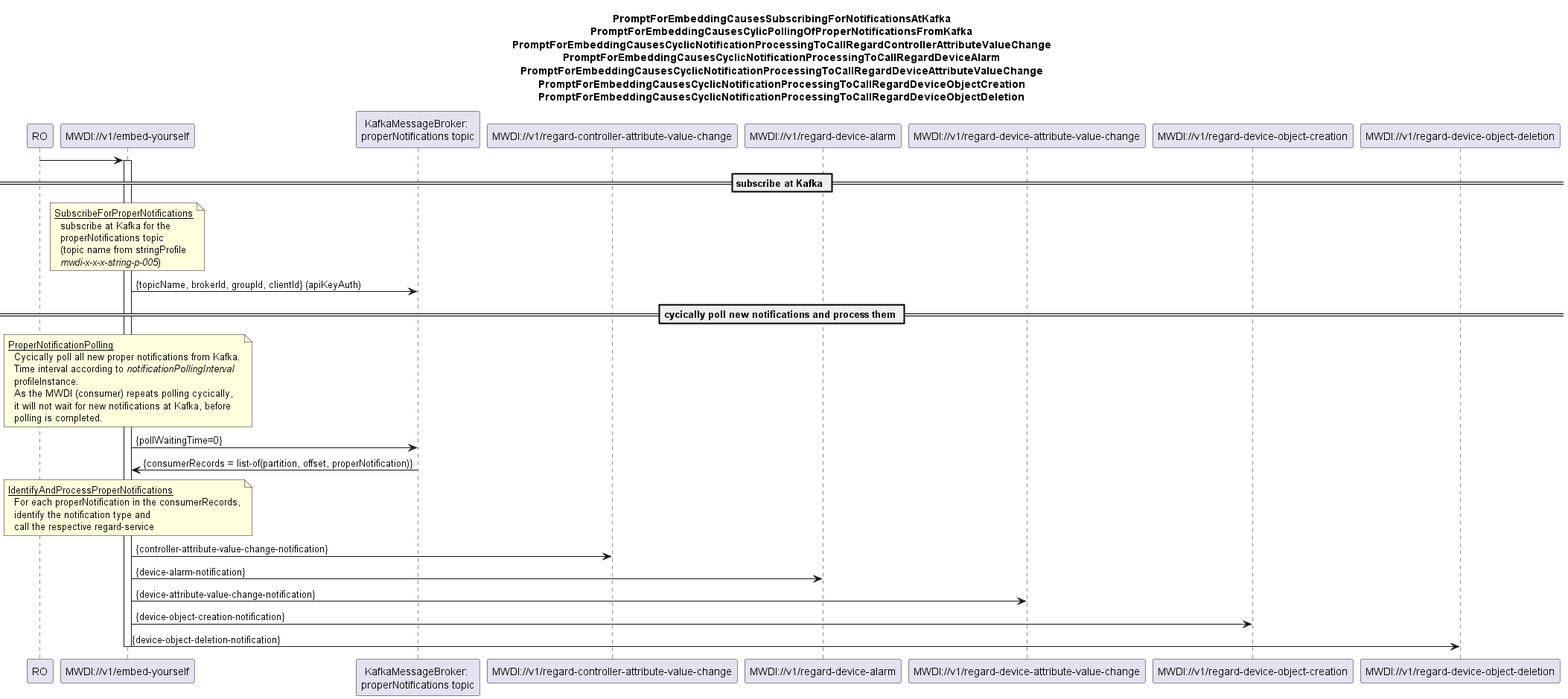
The PlantUML diagram spec/diagrams/01x_NotificationPollingFromKafkaAndProcessing.png in openBackhaul/MicroWaveDeviceInventory, before a commit. The source it was exported from:
```plantuml
@startuml 01x_NotificationPollingFromKafkaAndProcessing
skinparam responseMessageBelowArrow true

title
PromptForEmbeddingCausesSubscribingForNotificationsAtKafka
PromptForEmbeddingCausesCylicPollingOfProperNotificationsFromKafka
PromptForEmbeddingCausesCyclicNotificationProcessingToCallRegardControllerAttributeValueChange
PromptForEmbeddingCausesCyclicNotificationProcessingToCallRegardDeviceAlarm
PromptForEmbeddingCausesCyclicNotificationProcessingToCallRegardDeviceAttributeValueChange
PromptForEmbeddingCausesCyclicNotificationProcessingToCallRegardDeviceObjectCreation
PromptForEmbeddingCausesCyclicNotificationProcessingToCallRegardDeviceObjectDeletion
end title

participant "RO" as ro
participant "MWDI://v1/embed-yourself" as mwdi
participant "KafkaMessageBroker: \nproperNotifications topic" as kafka
participant "MWDI://v1/regard-controller-attribute-value-change" as regardCtrlAttChange
participant "MWDI://v1/regard-device-alarm" as regardAlarm
participant "MWDI://v1/regard-device-attribute-value-change" as regardDevAttChange
participant "MWDI://v1/regard-device-object-creation" as regardDevObjCreation
participant "MWDI://v1/regard-device-object-deletion" as regardDevObjDeletion

ro -> mwdi
activate mwdi


== subscribe at Kafka ==
note over mwdi
<u>SubscribeForProperNotifications</u>
  subscribe at Kafka for the
  properNotifications topic
  (topic name from stringProfile
  <i>mwdi-x-x-x-string-p-005</i>)
end note
mwdi -> kafka: {topicName, brokerId, groupId, clientId} (apiKeyAuth)

== cycically poll new notifications and process them ==
note over mwdi
<u>ProperNotificationPolling</u>
  Cycically poll all new proper notifications from Kafka.
  Time interval according to <i>notificationPollingInterval</i>
  profileInstance.
  As the MWDI (consumer) repeats polling cycically,
  it will not wait for new notifications at Kafka, before
  polling is completed.
end note
mwdi -> kafka: {pollWaitingTime=0}
kafka -> mwdi: {consumerRecords = list-of(partition, offset, properNotification)}

note over mwdi
<u>IdentifyAndProcessProperNotifications</u>
  For each properNotification in the consumerRecords,
  identify the notification type and
  call the respective regard-service
end note
mwdi -> regardCtrlAttChange: {controller-attribute-value-change-notification}
mwdi -> regardAlarm: {device-alarm-notification}
mwdi -> regardDevAttChange: {device-attribute-value-change-notification}
mwdi -> regardDevObjCreation: {device-object-creation-notification}
mwdi -> regardDevObjDeletion: {device-object-deletion-notification}

deactivate mwdi

@enduml
```
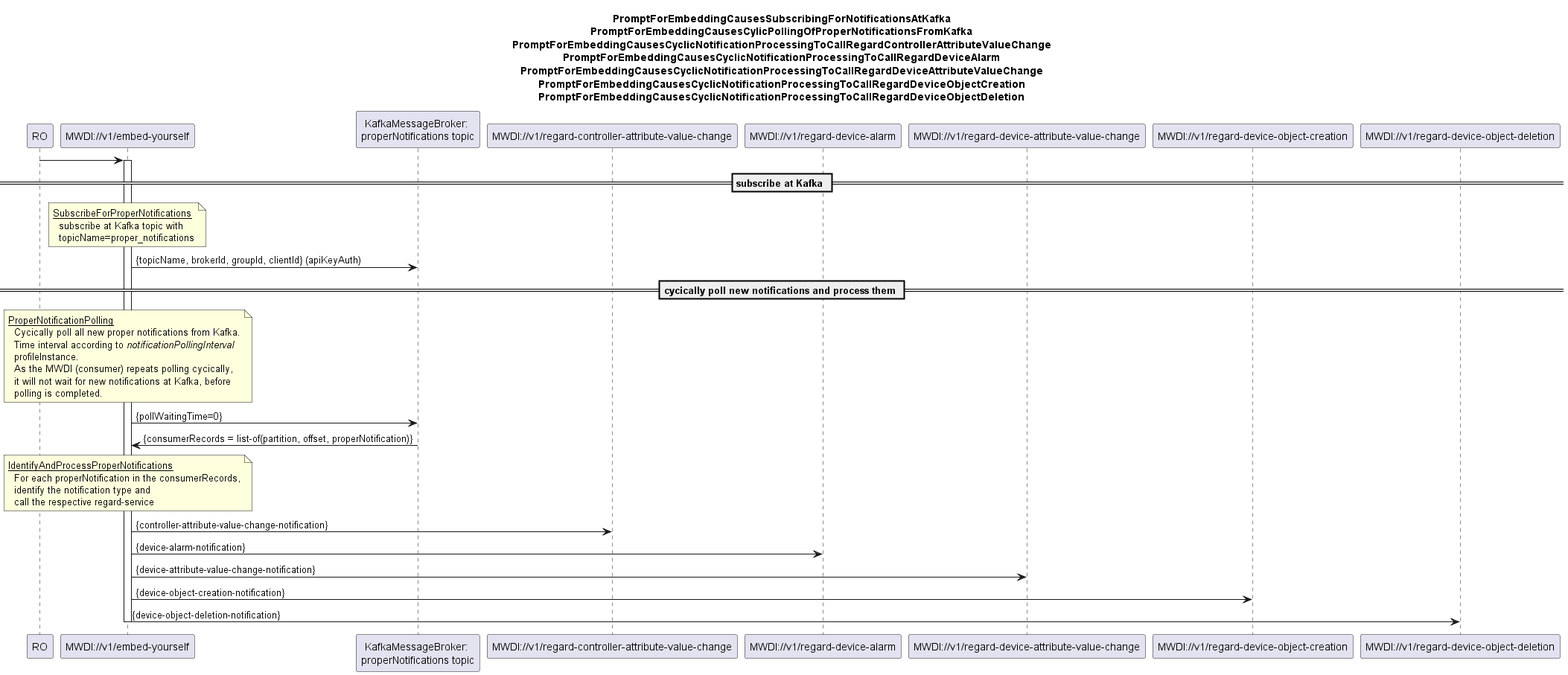
After the commit.

Commit message:
update diagrams, remove profileinstance, update uuids

Diff of the diagram source:
```diff
@@ -27,10 +27,8 @@
 == subscribe at Kafka ==
 note over mwdi
 <u>SubscribeForProperNotifications</u>
-  subscribe at Kafka for the
-  properNotifications topic
-  (topic name from stringProfile
-  <i>mwdi-x-x-x-string-p-005</i>)
+  subscribe at Kafka topic with
+  topicName=proper_notifications
 end note
 mwdi -> kafka: {topicName, brokerId, groupId, clientId} (apiKeyAuth)
 
```
